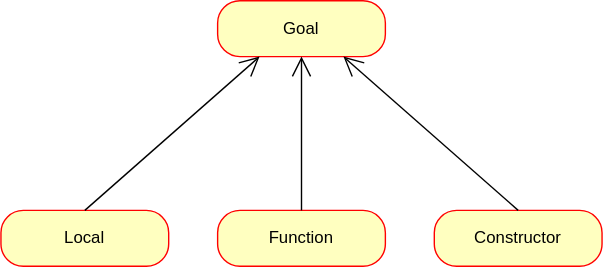
This is fig/agsy_transformation_branches.svg from kilpkonn/msc-thesis, a draw.io export, as it was before one commit. Source tidied: cells renumbered, new cells last; positions are measured from the earlier drawing's top-left corner, leaving out a move shared by most shapes.
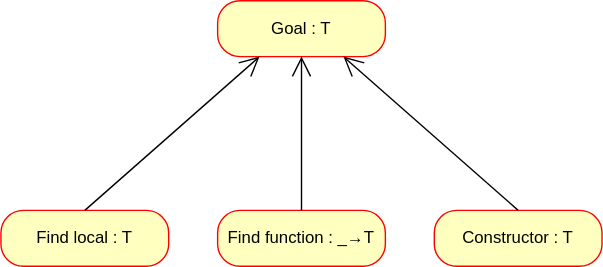
The same file after the commit.

What changed in the source:
```diff
@@ -2,16 +2,16 @@
   <root>
     <mxCell id="0" />
     <mxCell id="1" parent="0" />
-    <mxCell id="2" value="Goal" style="rounded=1;whiteSpace=wrap;html=1;arcSize=40;fontColor=#000000;fillColor=#ffffc0;strokeColor=#ff0000;" parent="1" vertex="1">
+    <mxCell id="2" value="Goal : T" style="rounded=1;whiteSpace=wrap;html=1;arcSize=40;fontColor=#000000;fillColor=#ffffc0;strokeColor=#ff0000;" parent="1" vertex="1">
       <mxGeometry x="155" width="120" height="40" as="geometry" />
     </mxCell>
-    <mxCell id="3" value="Local" style="rounded=1;whiteSpace=wrap;html=1;arcSize=40;fontColor=#000000;fillColor=#ffffc0;strokeColor=#ff0000;" parent="1" vertex="1">
+    <mxCell id="3" value="Find local : T" style="rounded=1;whiteSpace=wrap;html=1;arcSize=40;fontColor=#000000;fillColor=#ffffc0;strokeColor=#ff0000;" parent="1" vertex="1">
       <mxGeometry y="150" width="120" height="40" as="geometry" />
     </mxCell>
-    <mxCell id="4" value="Function" style="rounded=1;whiteSpace=wrap;html=1;arcSize=40;fontColor=#000000;fillColor=#ffffc0;strokeColor=#ff0000;" parent="1" vertex="1">
+    <mxCell id="4" value="Find function : _&lt;span class=&quot;kY2IgmnCmOGjharHErah&quot; style=&quot;-webkit-line-clamp: 3;&quot;&gt;&lt;/span&gt;→T" style="rounded=1;whiteSpace=wrap;html=1;arcSize=40;fontColor=#000000;fillColor=#ffffc0;strokeColor=#ff0000;" parent="1" vertex="1">
       <mxGeometry x="155" y="150" width="120" height="40" as="geometry" />
     </mxCell>
-    <mxCell id="5" value="Constructor" style="rounded=1;whiteSpace=wrap;html=1;arcSize=40;fontColor=#000000;fillColor=#ffffc0;strokeColor=#ff0000;" parent="1" vertex="1">
+    <mxCell id="5" value="Constructor : T" style="rounded=1;whiteSpace=wrap;html=1;arcSize=40;fontColor=#000000;fillColor=#ffffc0;strokeColor=#ff0000;" parent="1" vertex="1">
       <mxGeometry x="310" y="150" width="120" height="40" as="geometry" />
     </mxCell>
     <mxCell id="6" style="endArrow=open;endFill=1;endSize=12;html=1;rounded=0;exitX=0.5;exitY=0;exitDx=0;exitDy=0;entryX=0.25;entryY=1;entryDx=0;entryDy=0;" parent="1" edge="1" source="3" target="2">
```
